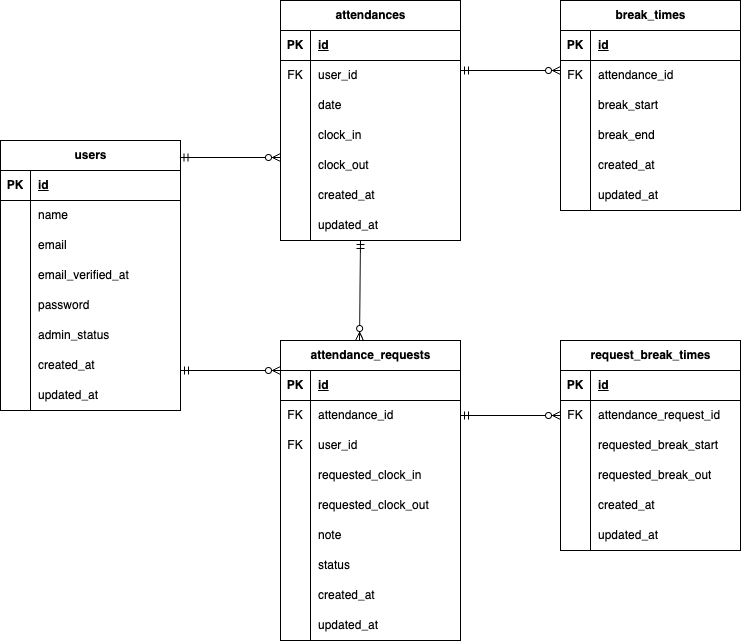
YumiOotake/Attendance-Management-test keeps this draw.io diagram as docs/er.drawio.png. Above is the earlier version. Source tidied: cells renumbered, new cells last; positions are measured from the earlier drawing's top-left corner, leaving out a move shared by most shapes.
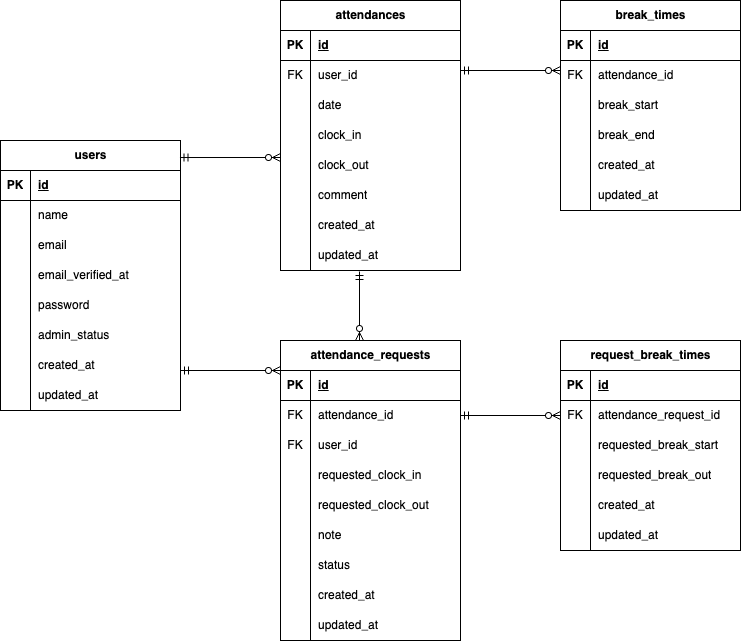
Later version of the same file.

What changed in the source:
```diff
@@ -78,7 +78,7 @@
       <mxGeometry x="30" width="150" height="30" as="geometry" />
     </mxCell>
     <mxCell id="27" value="attendances" style="shape=table;startSize=30;rowLines=0;fontStyle=1;align=center;html=1;" parent="1" vertex="1">
-      <mxGeometry x="280" width="180" height="240" as="geometry" />
+      <mxGeometry x="280" width="180" height="270" as="geometry" />
     </mxCell>
     <mxCell id="28" style="shape=tableRow;horizontal=0;startSize=0;swimlaneHead=0;swimlaneBody=0;fillColor=none;top=0;left=0;right=0;bottom=1;" parent="27" vertex="1">
       <mxGeometry y="30" width="180" height="30" as="geometry" />
@@ -131,7 +131,7 @@
     <mxCell id="44" style="shape=partialRectangle;fillColor=none;top=0;left=0;bottom=0;right=0;overflow=hidden;whiteSpace=wrap;html=1;" parent="43" vertex="1">
       <mxGeometry width="30" height="30" as="geometry" />
     </mxCell>
-    <mxCell id="45" value="&lt;span style=&quot;color: rgb(0, 0, 0);&quot;&gt;created_at&lt;/span&gt;" style="shape=partialRectangle;fillColor=none;top=0;left=0;bottom=0;right=0;align=left;spacingLeft=6;overflow=hidden;whiteSpace=wrap;html=1;" parent="43" vertex="1">
+    <mxCell id="45" value="comment" style="shape=partialRectangle;fillColor=none;top=0;left=0;bottom=0;right=0;align=left;spacingLeft=6;overflow=hidden;whiteSpace=wrap;html=1;" parent="43" vertex="1">
       <mxGeometry x="30" width="150" height="30" as="geometry" />
     </mxCell>
     <mxCell id="46" style="shape=tableRow;horizontal=0;startSize=0;swimlaneHead=0;swimlaneBody=0;fillColor=none;top=0;left=0;right=0;bottom=0;" parent="27" vertex="1">
@@ -140,9 +140,18 @@
     <mxCell id="47" style="shape=partialRectangle;fillColor=none;top=0;left=0;bottom=0;right=0;overflow=hidden;whiteSpace=wrap;html=1;" parent="46" vertex="1">
       <mxGeometry width="30" height="30" as="geometry" />
     </mxCell>
-    <mxCell id="48" value="updated_at" style="shape=partialRectangle;fillColor=none;top=0;left=0;bottom=0;right=0;align=left;spacingLeft=6;overflow=hidden;whiteSpace=wrap;html=1;" parent="46" vertex="1">
+    <mxCell id="48" value="&lt;span style=&quot;color: rgb(0, 0, 0);&quot;&gt;created_at&lt;/span&gt;" style="shape=partialRectangle;fillColor=none;top=0;left=0;bottom=0;right=0;align=left;spacingLeft=6;overflow=hidden;whiteSpace=wrap;html=1;" parent="46" vertex="1">
       <mxGeometry x="30" width="150" height="30" as="geometry" />
     </mxCell>
+    <mxCell id="120" style="shape=tableRow;horizontal=0;startSize=0;swimlaneHead=0;swimlaneBody=0;fillColor=none;top=0;left=0;right=0;bottom=0;" parent="27" vertex="1">
+      <mxGeometry y="240" width="180" height="30" as="geometry" />
+    </mxCell>
+    <mxCell id="121" style="shape=partialRectangle;fillColor=none;top=0;left=0;bottom=0;right=0;overflow=hidden;whiteSpace=wrap;html=1;" parent="120" vertex="1">
+      <mxGeometry width="30" height="30" as="geometry" />
+    </mxCell>
+    <mxCell id="122" value="&lt;span style=&quot;color: rgb(0, 0, 0);&quot;&gt;updated_at&lt;/span&gt;" style="shape=partialRectangle;fillColor=none;top=0;left=0;bottom=0;right=0;align=left;spacingLeft=6;overflow=hidden;whiteSpace=wrap;html=1;" parent="120" vertex="1">
+      <mxGeometry x="30" width="150" height="30" as="geometry" />
+    </mxCell>
     <mxCell id="49" value="attendance_requests" style="shape=table;startSize=30;rowLines=0;fontStyle=1;align=center;html=1;" parent="1" vertex="1">
       <mxGeometry x="280" y="340" width="180" height="300" as="geometry" />
     </mxCell>
@@ -363,7 +372,7 @@
     </mxCell>
     <mxCell id="119" style="fontSize=12;html=1;endArrow=ERzeroToMany;startArrow=ERmandOne;" parent="1" edge="1">
       <mxGeometry relative="1" as="geometry">
-        <mxPoint x="360" y="240" as="sourcePoint" />
+        <mxPoint x="359" y="271" as="sourcePoint" />
         <mxPoint x="359" y="340" as="targetPoint" />
       </mxGeometry>
     </mxCell>
```
